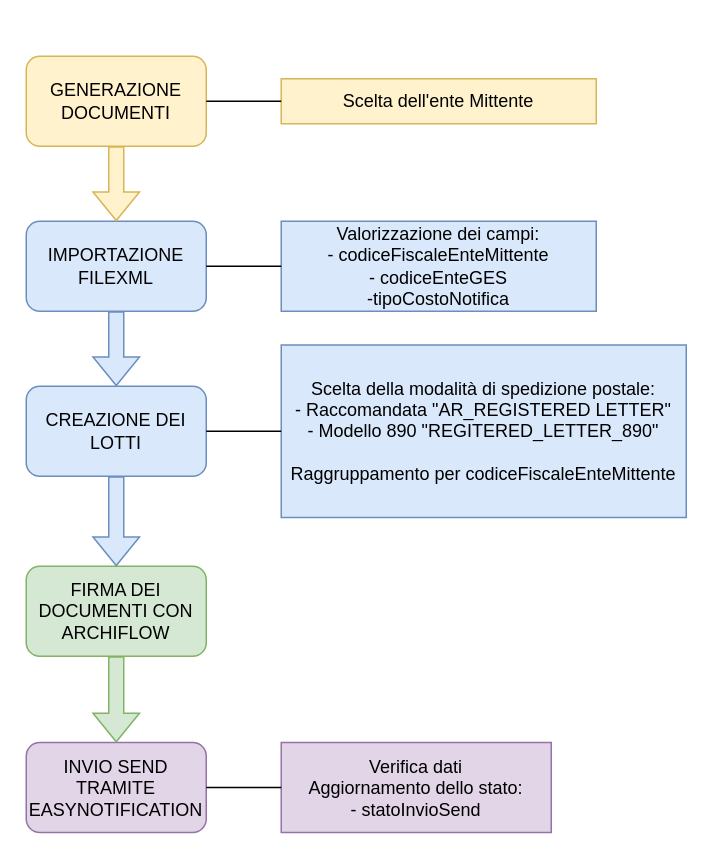
This is page "Caricamento" (1 of 5) of Easy Notification.drawio from marcogarbujoabaco/drawio, a draw.io file, before an edit. Source tidied: cells renumbered, new cells numbered last; positions are measured from the earlier drawing's top-left corner, leaving out a move shared by most shapes. Both pictures are drawn from the tidied source at 150%, with x=0, y=0 at pixel (26, 56).
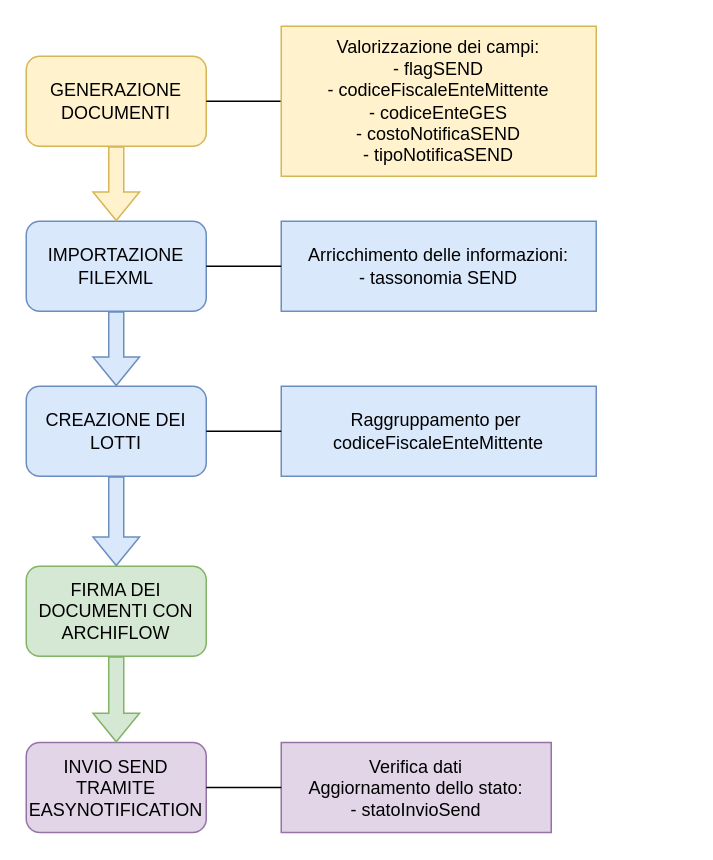
The same page after the edit.

The change refers to these unchanged cells:
```xml
<mxCell id="2" value="GENERAZIONE DOCUMENTI" style="rounded=1;whiteSpace=wrap;html=1;fillColor=#fff2cc;strokeColor=#d6b656;" parent="1" vertex="1">
  <mxGeometry width="120" height="60" as="geometry" />
</mxCell>
```

The edit, as a diff of the source:
```diff
@@
-    <mxCell id="3" value="Scelta dell'ente Mittente" style="text;html=1;align=center;verticalAlign=middle;whiteSpace=wrap;rounded=0;strokeColor=#d6b656;fillColor=#fff2cc;" parent="1" vertex="1">
-      <mxGeometry x="170" y="15" width="210" height="30" as="geometry" />
-    </mxCell>
-    <mxCell id="4" style="endArrow=none;html=1;rounded=0;entryX=0;entryY=0.5;entryDx=0;entryDy=0;exitX=1;exitY=0.5;exitDx=0;exitDy=0;" parent="1" edge="1" source="2" target="3">
+    <mxCell id="4" style="endArrow=none;html=1;rounded=0;entryX=0;entryY=0.5;entryDx=0;entryDy=0;exitX=1;exitY=0.5;exitDx=0;exitDy=0;" parent="1" edge="1" source="2" target="19">
       <mxGeometry relative="1" as="geometry" />
     </mxCell>
@@
-    <mxCell id="6" value="Valorizzazione dei campi:&lt;br&gt;- codiceFiscaleEnteMittente&lt;div&gt;- codiceEnteGES&lt;/div&gt;&lt;div&gt;-tipoCostoNotifica&lt;/div&gt;" style="text;html=1;align=center;verticalAlign=middle;whiteSpace=wrap;rounded=0;strokeColor=#6c8ebf;fillColor=#dae8fc;" parent="1" vertex="1">
+    <mxCell id="6" value="Arricchimento delle informazioni:&lt;br&gt;- tassonomia SEND" style="text;html=1;align=center;verticalAlign=middle;whiteSpace=wrap;rounded=0;strokeColor=#6c8ebf;fillColor=#dae8fc;" parent="1" vertex="1">
       <mxGeometry x="170" y="110" width="210" height="60" as="geometry" />
     </mxCell>
@@
-    <mxCell id="9" value="&lt;div&gt;Scelta della modalità di spedizione postale:&lt;/div&gt;&lt;div&gt;- Raccomandata &quot;AR_REGISTERED LETTER&quot;&lt;/div&gt;&lt;div&gt;- Modello 890 &quot;REGITERED_LETTER_890&quot;&lt;/div&gt;&lt;div&gt;&lt;br&gt;&lt;/div&gt;Raggruppamento per codiceFiscaleEnteMittente" style="text;html=1;align=center;verticalAlign=middle;whiteSpace=wrap;rounded=0;strokeColor=#6c8ebf;fillColor=#dae8fc;" parent="1" vertex="1">
-      <mxGeometry x="170" y="192.5" width="270" height="115" as="geometry" />
+    <mxCell id="9" value="&lt;div&gt;&lt;span style=&quot;background-color: initial;&quot;&gt;Raggruppamento per&amp;nbsp;&lt;/span&gt;&lt;/div&gt;&lt;div&gt;&lt;span style=&quot;background-color: initial;&quot;&gt;codiceFiscaleEnteMittente&lt;/span&gt;&lt;/div&gt;" style="text;html=1;align=center;verticalAlign=middle;whiteSpace=wrap;rounded=0;strokeColor=#6c8ebf;fillColor=#dae8fc;" parent="1" vertex="1">
+      <mxGeometry x="170" y="220" width="210" height="60" as="geometry" />
     </mxCell>
@@
+    <mxCell id="19" value="Valorizzazione dei campi:&lt;br&gt;- flagSEND&lt;br&gt;&lt;div&gt;- codiceFiscaleEnteMittente&lt;div&gt;- codiceEnteGES&lt;/div&gt;&lt;div&gt;- costoNotificaSEND&lt;/div&gt;&lt;div&gt;- tipoNotificaSEND&lt;/div&gt;&lt;/div&gt;" style="text;html=1;align=center;verticalAlign=middle;whiteSpace=wrap;rounded=0;strokeColor=#d6b656;fillColor=#fff2cc;" parent="1" vertex="1">
+      <mxGeometry x="170" y="-20" width="210" height="100" as="geometry" />
+    </mxCell>
```
